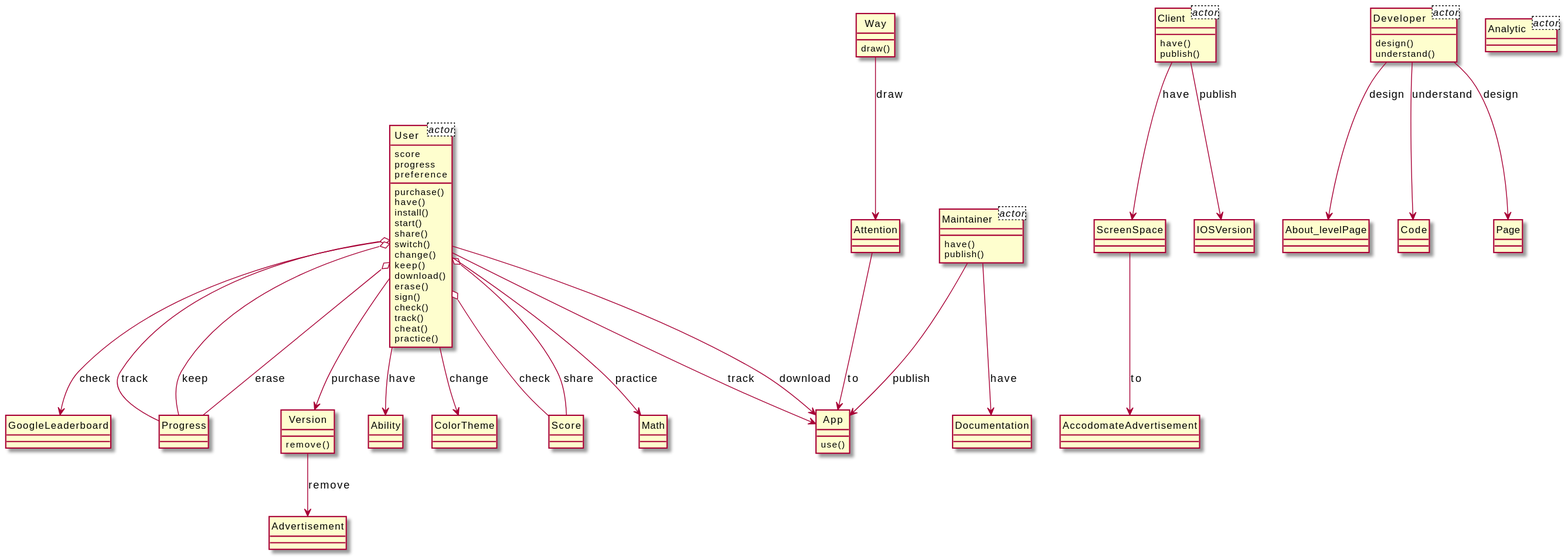
Above: output/diagram_5/2018-USC-Project07.svg in xixixhalu/DomainModelExtractor (PlantUML), before the change.
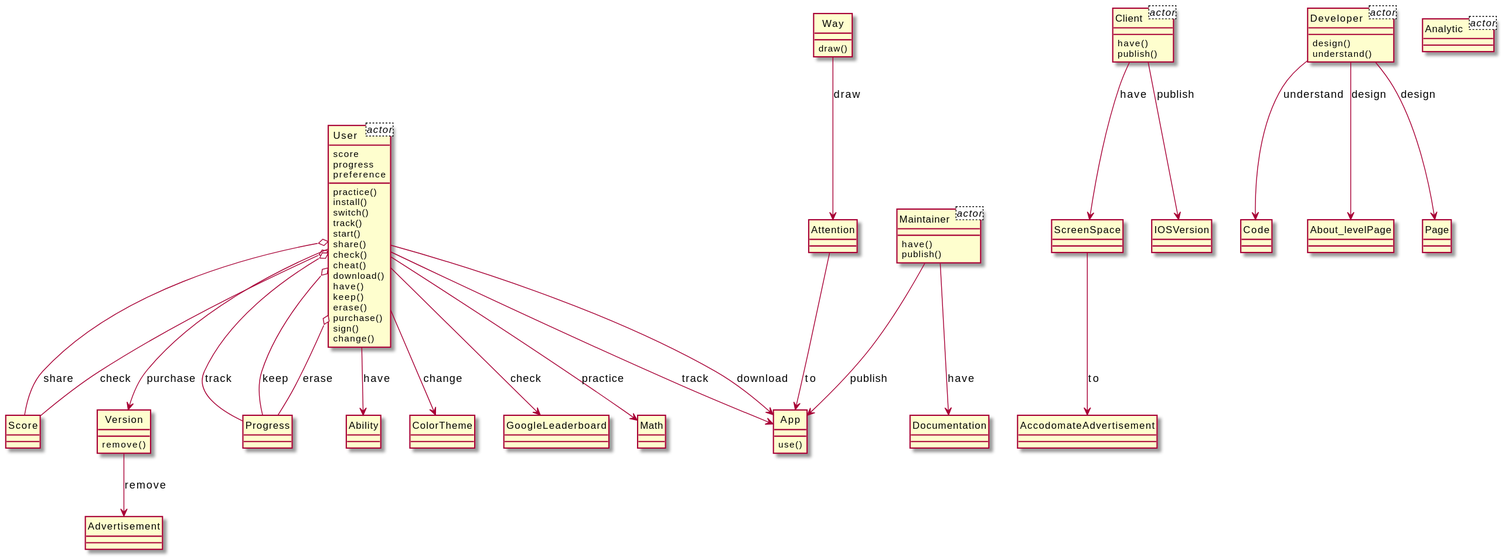
Later version of the same file.

Change to the diagram source:
```diff
@@ -13,45 +13,39 @@
 }
 class Analytic<actor> {
 }
+class Developer {
+	design()
+	understand()
+}
+class Code {
+}
 class Maintainer {
 	have()
 	publish()
 }
 class Documentation {
 }
+class Way {
+	draw()
+}
+class Attention {
+}
 class User {
-	purchase()
-	have()
+	practice()
 	install()
+	switch()
+	track()
 	start()
 	share()
-	switch()
+	check()
+	cheat()
+	download()
+	have()
+	keep()
+	erase()
+	purchase()
+	sign()
 	change()
-	keep()
-	download()
-	erase()
-	sign()
-	check()
-	track()
-	cheat()
-	practice()
-}
-class Score {
-}
-class Developer {
-	design()
-	understand()
-}
-class Math {
-}
-class GoogleLeaderboard {
-}
-class App {
-	use()
-}
-class About_levelPage {
-}
-class Progress {
 }
 class Client {
 	have()
@@ -59,49 +53,55 @@
 }
 class ScreenSpace {
 }
-class Way {
-	draw()
-}
-class Attention {
+class Progress {
 }
 class Version {
 	remove()
 }
 class Advertisement {
 }
-class Code {
+class App {
+	use()
+}
+class ColorTheme {
+}
+class About_levelPage {
 }
 class Ability {
 }
+class GoogleLeaderboard {
+}
+class Math {
+}
 class IOSVersion {
 }
-class ColorTheme {
+class Score {
 }
 class Page {
 }
 class AccodomateAdvertisement {
 }
+Developer --> Code : understand
+User --> App : download
+Client --> ScreenSpace : have
+User o-- Score : check
+Client --> IOSVersion : publish
+User o-- Progress : erase
+User --> App : track
+User o-- Score : share
+User o-- Progress : track
+Version --> Advertisement : remove
+Developer --> Page : design
+Maintainer --> App : publish
 Maintainer --> Documentation : have
-User --> App : track
-Maintainer --> App : publish
+ScreenSpace --> AccodomateAdvertisement : to
+User --> ColorTheme : change
+User --> Version : purchase
+Attention --> App : to
+Way --> Attention : draw
+Developer --> About_levelPage : design
+User --> Ability : have
+User o-- Progress : keep
+User --> Math : practice
 User --> GoogleLeaderboard : check
-Client --> IOSVersion : publish
-Developer --> About_levelPage : design
-User o-- Progress : track
-User o-- Score : share
-User o-- Progress : keep
-User --> ColorTheme : change
-User o-- Progress : erase
-Developer --> Page : design
-User o-- Score : check
-Client --> ScreenSpace : have
-ScreenSpace --> AccodomateAdvertisement : to
-User --> App : download
-Attention --> App : to
-User --> Ability : have
-User --> Math : practice
-Way --> Attention : draw
-User --> Version : purchase
-Version --> Advertisement : remove
-Developer --> Code : understand
 @enduml
```
